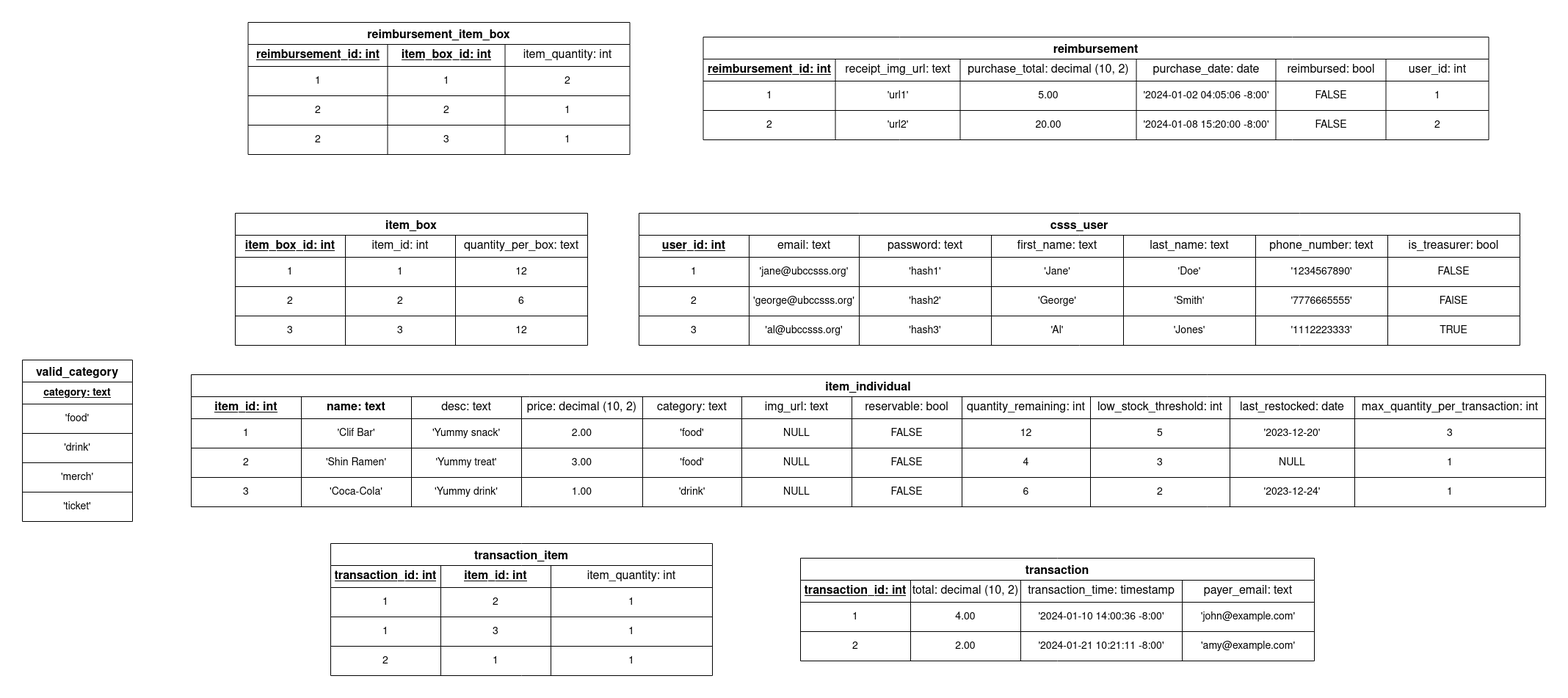
This is design/database/test_data.png from ubccsss/Live-Inventory-System, a draw.io export, as it was before one commit. Source tidied: cells renumbered, new cells last; positions are measured from the earlier drawing's top-left corner, leaving out a move shared by most shapes.
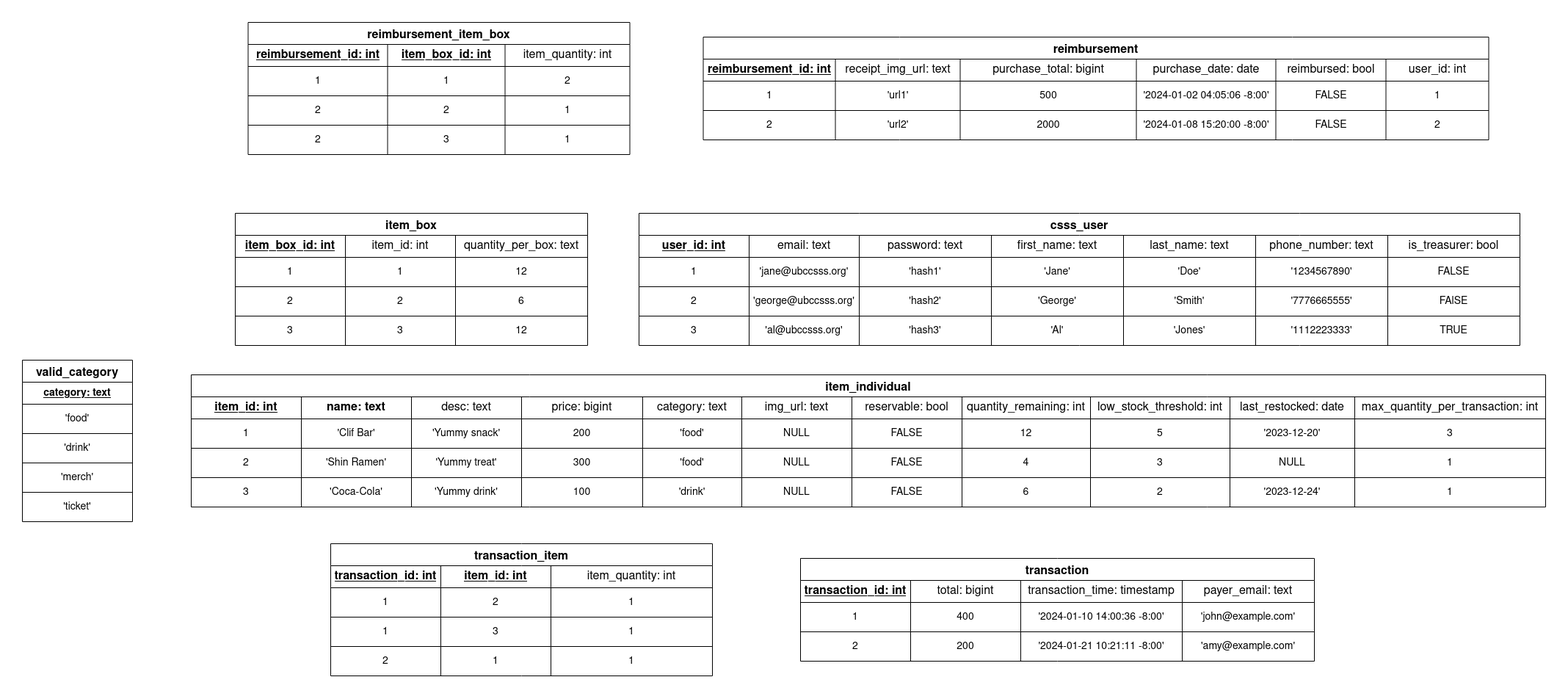
The same file after the commit.

Commit message:
Modified database schema/docs to store monetary values as cents

Diff of the diagram source:
```diff
@@ -50,7 +50,7 @@
     <mxCell id="17" value="desc: text" style="shape=partialRectangle;html=1;whiteSpace=wrap;strokeColor=inherit;overflow=hidden;fillColor=none;top=0;left=0;bottom=0;right=0;fontSize=16;" parent="14" vertex="1">
       <mxGeometry x="300" width="150" height="30" as="geometry" />
     </mxCell>
-    <mxCell id="18" value="price: decimal (10, 2)" style="shape=partialRectangle;html=1;whiteSpace=wrap;strokeColor=inherit;overflow=hidden;fillColor=none;top=0;left=0;bottom=0;right=0;fontSize=16;" parent="14" vertex="1">
+    <mxCell id="18" value="price: bigint" style="shape=partialRectangle;html=1;whiteSpace=wrap;strokeColor=inherit;overflow=hidden;fillColor=none;top=0;left=0;bottom=0;right=0;fontSize=16;" parent="14" vertex="1">
       <mxGeometry x="450" width="165" height="30" as="geometry" />
     </mxCell>
     <mxCell id="19" value="category: text" style="shape=partialRectangle;html=1;whiteSpace=wrap;strokeColor=inherit;overflow=hidden;fillColor=none;top=0;left=0;bottom=0;right=0;fontSize=16;" parent="14" vertex="1">
@@ -86,7 +86,7 @@
     <mxCell id="29" value="'Yummy snack'" style="shape=partialRectangle;html=1;whiteSpace=wrap;strokeColor=inherit;overflow=hidden;fillColor=none;top=0;left=0;bottom=0;right=0;fontSize=14;" parent="26" vertex="1">
       <mxGeometry x="300" width="150" height="40" as="geometry" />
     </mxCell>
-    <mxCell id="30" value="2.00" style="shape=partialRectangle;html=1;whiteSpace=wrap;strokeColor=inherit;overflow=hidden;fillColor=none;top=0;left=0;bottom=0;right=0;fontSize=14;" parent="26" vertex="1">
+    <mxCell id="30" value="200" style="shape=partialRectangle;html=1;whiteSpace=wrap;strokeColor=inherit;overflow=hidden;fillColor=none;top=0;left=0;bottom=0;right=0;fontSize=14;" parent="26" vertex="1">
       <mxGeometry x="450" width="165" height="40" as="geometry" />
     </mxCell>
     <mxCell id="31" value="'food'" style="shape=partialRectangle;html=1;whiteSpace=wrap;strokeColor=inherit;overflow=hidden;fillColor=none;top=0;left=0;bottom=0;right=0;fontSize=14;" parent="26" vertex="1">
@@ -122,7 +122,7 @@
     <mxCell id="41" value="'Yummy treat'" style="shape=partialRectangle;html=1;whiteSpace=wrap;strokeColor=inherit;overflow=hidden;fillColor=none;top=0;left=0;bottom=0;right=0;fontSize=14;" parent="38" vertex="1">
       <mxGeometry x="300" width="150" height="40" as="geometry" />
     </mxCell>
-    <mxCell id="42" value="3.00" style="shape=partialRectangle;html=1;whiteSpace=wrap;strokeColor=inherit;overflow=hidden;fillColor=none;top=0;left=0;bottom=0;right=0;fontSize=14;" parent="38" vertex="1">
+    <mxCell id="42" value="300" style="shape=partialRectangle;html=1;whiteSpace=wrap;strokeColor=inherit;overflow=hidden;fillColor=none;top=0;left=0;bottom=0;right=0;fontSize=14;" parent="38" vertex="1">
       <mxGeometry x="450" width="165" height="40" as="geometry" />
     </mxCell>
     <mxCell id="43" value="'food'" style="shape=partialRectangle;html=1;whiteSpace=wrap;strokeColor=inherit;overflow=hidden;fillColor=none;top=0;left=0;bottom=0;right=0;fontSize=14;" parent="38" vertex="1">
@@ -158,7 +158,7 @@
     <mxCell id="53" value="'Yummy drink'" style="shape=partialRectangle;html=1;whiteSpace=wrap;strokeColor=inherit;overflow=hidden;fillColor=none;top=0;left=0;bottom=0;right=0;fontSize=14;" parent="50" vertex="1">
       <mxGeometry x="300" width="150" height="40" as="geometry" />
     </mxCell>
-    <mxCell id="54" value="1.00" style="shape=partialRectangle;html=1;whiteSpace=wrap;strokeColor=inherit;overflow=hidden;fillColor=none;top=0;left=0;bottom=0;right=0;fontSize=14;" parent="50" vertex="1">
+    <mxCell id="54" value="100" style="shape=partialRectangle;html=1;whiteSpace=wrap;strokeColor=inherit;overflow=hidden;fillColor=none;top=0;left=0;bottom=0;right=0;fontSize=14;" parent="50" vertex="1">
       <mxGeometry x="450" width="165" height="40" as="geometry" />
     </mxCell>
     <mxCell id="55" value="'drink'" style="shape=partialRectangle;html=1;whiteSpace=wrap;strokeColor=inherit;overflow=hidden;fillColor=none;top=0;left=0;bottom=0;right=0;fontSize=14;" parent="50" vertex="1">
@@ -242,7 +242,7 @@
     <mxCell id="81" value="&lt;u&gt;&lt;b&gt;transaction_id: int&lt;br&gt;&lt;/b&gt;&lt;/u&gt;" style="shape=partialRectangle;html=1;whiteSpace=wrap;strokeColor=inherit;overflow=hidden;fillColor=none;top=0;left=0;bottom=0;right=0;fontSize=16;" parent="80" vertex="1">
       <mxGeometry width="150" height="30" as="geometry" />
     </mxCell>
-    <mxCell id="82" value="total: decimal (10, 2)" style="shape=partialRectangle;html=1;whiteSpace=wrap;strokeColor=inherit;overflow=hidden;fillColor=none;top=0;left=0;bottom=0;right=0;fontSize=16;" parent="80" vertex="1">
+    <mxCell id="82" value="total: bigint" style="shape=partialRectangle;html=1;whiteSpace=wrap;strokeColor=inherit;overflow=hidden;fillColor=none;top=0;left=0;bottom=0;right=0;fontSize=16;" parent="80" vertex="1">
       <mxGeometry x="150" width="150" height="30" as="geometry" />
     </mxCell>
     <mxCell id="83" value="transaction_time: timestamp" style="shape=partialRectangle;html=1;whiteSpace=wrap;strokeColor=inherit;overflow=hidden;fillColor=none;top=0;left=0;bottom=0;right=0;fontSize=16;" parent="80" vertex="1">
@@ -257,7 +257,7 @@
     <mxCell id="86" value="1" style="shape=partialRectangle;html=1;whiteSpace=wrap;strokeColor=inherit;overflow=hidden;fillColor=none;top=0;left=0;bottom=0;right=0;fontSize=14;" parent="85" vertex="1">
       <mxGeometry width="150" height="40" as="geometry" />
     </mxCell>
-    <mxCell id="87" value="4.00" style="shape=partialRectangle;html=1;whiteSpace=wrap;strokeColor=inherit;overflow=hidden;fillColor=none;top=0;left=0;bottom=0;right=0;fontSize=14;" parent="85" vertex="1">
+    <mxCell id="87" value="400" style="shape=partialRectangle;html=1;whiteSpace=wrap;strokeColor=inherit;overflow=hidden;fillColor=none;top=0;left=0;bottom=0;right=0;fontSize=14;" parent="85" vertex="1">
       <mxGeometry x="150" width="150" height="40" as="geometry" />
     </mxCell>
     <mxCell id="88" value="'2024-01-10 14:00:36 -8:00'" style="shape=partialRectangle;html=1;whiteSpace=wrap;strokeColor=inherit;overflow=hidden;fillColor=none;top=0;left=0;bottom=0;right=0;fontSize=14;" parent="85" vertex="1">
@@ -272,7 +272,7 @@
     <mxCell id="91" value="2" style="shape=partialRectangle;html=1;whiteSpace=wrap;strokeColor=inherit;overflow=hidden;fillColor=none;top=0;left=0;bottom=0;right=0;fontSize=14;" parent="90" vertex="1">
       <mxGeometry width="150" height="40" as="geometry" />
     </mxCell>
-    <mxCell id="92" value="2.00" style="shape=partialRectangle;html=1;whiteSpace=wrap;strokeColor=inherit;overflow=hidden;fillColor=none;top=0;left=0;bottom=0;right=0;fontSize=14;" parent="90" vertex="1">
+    <mxCell id="92" value="200" style="shape=partialRectangle;html=1;whiteSpace=wrap;strokeColor=inherit;overflow=hidden;fillColor=none;top=0;left=0;bottom=0;right=0;fontSize=14;" parent="90" vertex="1">
       <mxGeometry x="150" width="150" height="40" as="geometry" />
     </mxCell>
     <mxCell id="93" value="'2024-01-21 10:21:11 -8:00'" style="shape=partialRectangle;html=1;whiteSpace=wrap;strokeColor=inherit;overflow=hidden;fillColor=none;top=0;left=0;bottom=0;right=0;fontSize=14;" parent="90" vertex="1">
@@ -443,7 +443,7 @@
     <mxCell id="148" value="receipt_img_url: text" style="shape=partialRectangle;html=1;whiteSpace=wrap;strokeColor=inherit;overflow=hidden;fillColor=none;top=0;left=0;bottom=0;right=0;fontSize=16;" parent="146" vertex="1">
       <mxGeometry x="180" width="170" height="30" as="geometry" />
     </mxCell>
-    <mxCell id="149" value="purchase_total: decimal (10, 2)" style="shape=partialRectangle;html=1;whiteSpace=wrap;strokeColor=inherit;overflow=hidden;fillColor=none;top=0;left=0;bottom=0;right=0;fontSize=16;" parent="146" vertex="1">
+    <mxCell id="149" value="purchase_total: bigint" style="shape=partialRectangle;html=1;whiteSpace=wrap;strokeColor=inherit;overflow=hidden;fillColor=none;top=0;left=0;bottom=0;right=0;fontSize=16;" parent="146" vertex="1">
       <mxGeometry x="350" width="240" height="30" as="geometry" />
     </mxCell>
     <mxCell id="150" value="purchase_date: date" style="shape=partialRectangle;html=1;whiteSpace=wrap;strokeColor=inherit;overflow=hidden;fillColor=none;top=0;left=0;bottom=0;right=0;fontSize=16;" parent="146" vertex="1">
@@ -464,7 +464,7 @@
     <mxCell id="155" value="'url1'" style="shape=partialRectangle;html=1;whiteSpace=wrap;strokeColor=inherit;overflow=hidden;fillColor=none;top=0;left=0;bottom=0;right=0;fontSize=14;" parent="153" vertex="1">
       <mxGeometry x="180" width="170" height="40" as="geometry" />
     </mxCell>
-    <mxCell id="156" value="5.00" style="shape=partialRectangle;html=1;whiteSpace=wrap;strokeColor=inherit;overflow=hidden;fillColor=none;top=0;left=0;bottom=0;right=0;fontSize=14;" parent="153" vertex="1">
+    <mxCell id="156" value="500" style="shape=partialRectangle;html=1;whiteSpace=wrap;strokeColor=inherit;overflow=hidden;fillColor=none;top=0;left=0;bottom=0;right=0;fontSize=14;" parent="153" vertex="1">
       <mxGeometry x="350" width="240" height="40" as="geometry" />
     </mxCell>
     <mxCell id="157" value="'2024-01-02 04:05:06 -8:00'" style="shape=partialRectangle;html=1;whiteSpace=wrap;strokeColor=inherit;overflow=hidden;fillColor=none;top=0;left=0;bottom=0;right=0;fontSize=14;" parent="153" vertex="1">
@@ -485,7 +485,7 @@
     <mxCell id="162" value="'url2'" style="shape=partialRectangle;html=1;whiteSpace=wrap;strokeColor=inherit;overflow=hidden;fillColor=none;top=0;left=0;bottom=0;right=0;fontSize=14;" parent="160" vertex="1">
       <mxGeometry x="180" width="170" height="40" as="geometry" />
     </mxCell>
-    <mxCell id="163" value="20.00" style="shape=partialRectangle;html=1;whiteSpace=wrap;strokeColor=inherit;overflow=hidden;fillColor=none;top=0;left=0;bottom=0;right=0;fontSize=14;" parent="160" vertex="1">
+    <mxCell id="163" value="2000" style="shape=partialRectangle;html=1;whiteSpace=wrap;strokeColor=inherit;overflow=hidden;fillColor=none;top=0;left=0;bottom=0;right=0;fontSize=14;" parent="160" vertex="1">
       <mxGeometry x="350" width="240" height="40" as="geometry" />
     </mxCell>
     <mxCell id="164" value="'2024-01-08 15:20:00 -8:00'" style="shape=partialRectangle;html=1;whiteSpace=wrap;strokeColor=inherit;overflow=hidden;fillColor=none;top=0;left=0;bottom=0;right=0;fontSize=14;" parent="160" vertex="1">
```
